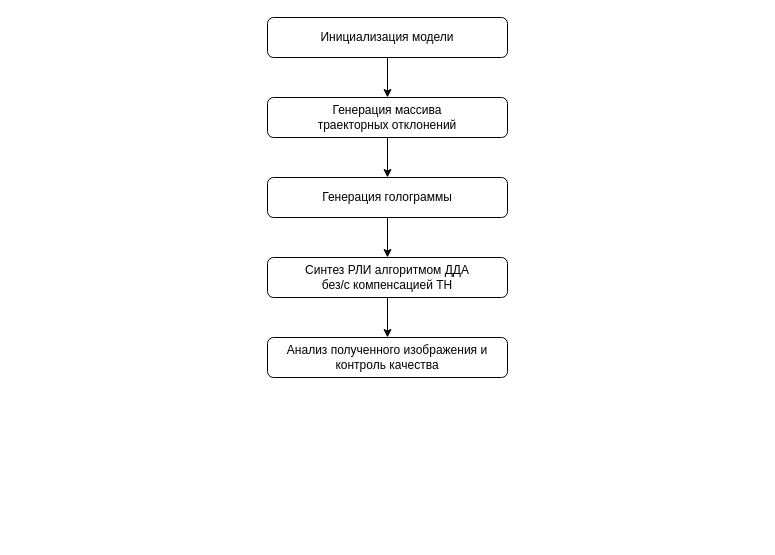
This is images/Point_target_model.drawio from A1rsenij/sar-model, a draw.io file, before an edit. Source tidied: cells renumbered, new cells numbered last; positions are measured from the earlier drawing's top-left corner, leaving out a move shared by most shapes. Both pictures are drawn from the tidied source at 100%, with x=0, y=0 at pixel (267, 17).
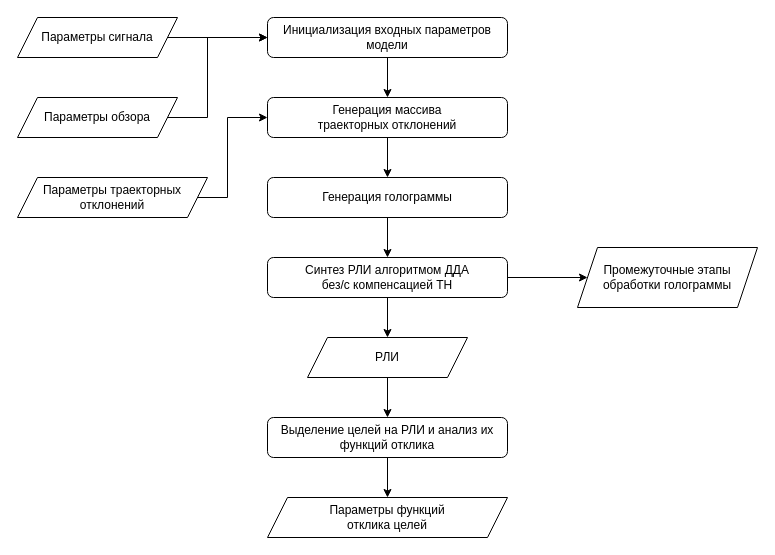
Above is the later version.

Unchanged cells that the change refers to:
```xml
<mxCell id="5" value="Генерация массива&lt;div&gt;траекторных отклонений&lt;/div&gt;" style="whiteSpace=wrap;html=1;rounded=1;fontFamily=JetBrains Mono;fontSize=12;" parent="1" vertex="1">
  <mxGeometry y="80" width="240" height="40" as="geometry" />
</mxCell>
<mxCell id="9" value="Синтез РЛИ &lt;span style=&quot;background-color: transparent; color: light-dark(rgb(0, 0, 0), rgb(255, 255, 255));&quot;&gt;алгоритмом ДДА&lt;/span&gt;&lt;div&gt;&lt;span style=&quot;background-color: transparent; color: light-dark(rgb(0, 0, 0), rgb(255, 255, 255));&quot;&gt;без/с компенсацией ТН&lt;/span&gt;&lt;/div&gt;" style="whiteSpace=wrap;html=1;rounded=1;fontFamily=JetBrains Mono;fontSize=12;" parent="1" vertex="1">
  <mxGeometry y="240" width="240" height="40" as="geometry" />
</mxCell>
```

The edit, as a diff of the source:
```diff
@@
-    <mxCell id="3" value="Инициализация модели" style="rounded=1;whiteSpace=wrap;html=1;fontFamily=JetBrains Mono;fontSize=12;" parent="1" vertex="1">
+    <mxCell id="3" value="Инициализация входных параметров модели" style="rounded=1;whiteSpace=wrap;html=1;fontFamily=JetBrains Mono;fontSize=12;" parent="1" vertex="1">
       <mxGeometry width="240" height="40" as="geometry" />
     </mxCell>
@@
-    <mxCell id="8" style="edgeStyle=orthogonalEdgeStyle;rounded=0;jettySize=auto;html=1;exitX=0.5;exitY=1;exitDx=0;exitDy=0;entryX=0.5;entryY=0;entryDx=0;entryDy=0;fontFamily=JetBrains Mono;fontSize=12;" parent="1" edge="1" source="9" target="10">
-      <mxGeometry relative="1" as="geometry" />
-    </mxCell>
+    <mxCell id="11" style="edgeStyle=orthogonalEdgeStyle;rounded=0;jettySize=auto;html=1;exitX=1;exitY=0.5;exitDx=0;exitDy=0;entryX=0;entryY=0.5;entryDx=0;entryDy=0;fontFamily=JetBrains Mono;fontSize=12;" parent="1" edge="1" source="9" target="20">
+      <mxGeometry relative="1" as="geometry" />
+    </mxCell>
+    <mxCell id="12" style="edgeStyle=orthogonalEdgeStyle;rounded=0;jettySize=auto;html=1;exitX=0.5;exitY=1;exitDx=0;exitDy=0;entryX=0.5;entryY=0;entryDx=0;entryDy=0;fontFamily=JetBrains Mono;fontSize=12;" parent="1" edge="1" source="9" target="23">
+      <mxGeometry relative="1" as="geometry" />
+    </mxCell>
@@
+    <mxCell id="13" style="edgeStyle=orthogonalEdgeStyle;rounded=0;jettySize=auto;html=1;exitX=0.5;exitY=1;exitDx=0;exitDy=0;entryX=0.5;entryY=0;entryDx=0;entryDy=0;fontFamily=JetBrains Mono;fontSize=12;" parent="1" edge="1" source="10" target="21">
+      <mxGeometry relative="1" as="geometry" />
+    </mxCell>
-    <mxCell id="10" value="Анализ полученного изображения и контроль качества" style="whiteSpace=wrap;html=1;rounded=1;fontFamily=JetBrains Mono;fontSize=12;" parent="1" vertex="1">
-      <mxGeometry y="320" width="240" height="40" as="geometry" />
+    <mxCell id="10" value="Выделение целей на РЛИ и анализ их функций отклика" style="whiteSpace=wrap;html=1;rounded=1;fontFamily=JetBrains Mono;fontSize=12;" parent="1" vertex="1">
+      <mxGeometry y="400" width="240" height="40" as="geometry" />
     </mxCell>
+    <mxCell id="14" style="edgeStyle=orthogonalEdgeStyle;rounded=0;jettySize=auto;html=1;exitX=1;exitY=0.5;exitDx=0;exitDy=0;entryX=0;entryY=0.5;entryDx=0;entryDy=0;fontFamily=JetBrains Mono;fontSize=12;" parent="1" edge="1" source="15" target="3">
+      <mxGeometry relative="1" as="geometry" />
+    </mxCell>
+    <mxCell id="15" value="Параметры сигнала" style="shape=parallelogram;perimeter=parallelogramPerimeter;whiteSpace=wrap;html=1;fixedSize=1;fontFamily=JetBrains Mono;fontSize=12;" parent="1" vertex="1">
+      <mxGeometry x="-250" width="160" height="40" as="geometry" />
+    </mxCell>
+    <mxCell id="16" style="edgeStyle=orthogonalEdgeStyle;rounded=0;jettySize=auto;html=1;exitX=1;exitY=0.5;exitDx=0;exitDy=0;entryX=0;entryY=0.5;entryDx=0;entryDy=0;fontFamily=JetBrains Mono;fontSize=12;" parent="1" edge="1" source="17" target="3">
+      <mxGeometry relative="1" as="geometry">
+        <Array as="points">
+          <mxPoint x="-60" y="100" />
+          <mxPoint x="-60" y="20" />
+        </Array>
+      </mxGeometry>
+    </mxCell>
+    <mxCell id="17" value="Параметры обзора" style="shape=parallelogram;perimeter=parallelogramPerimeter;whiteSpace=wrap;html=1;fixedSize=1;fontFamily=JetBrains Mono;fontSize=12;" parent="1" vertex="1">
+      <mxGeometry x="-250" y="80" width="160" height="40" as="geometry" />
+    </mxCell>
+    <mxCell id="18" style="edgeStyle=orthogonalEdgeStyle;rounded=0;jettySize=auto;html=1;exitX=1;exitY=0.5;exitDx=0;exitDy=0;entryX=0;entryY=0.5;entryDx=0;entryDy=0;fontFamily=JetBrains Mono;fontSize=12;" parent="1" edge="1" source="19" target="5">
+      <mxGeometry relative="1" as="geometry">
+        <Array as="points">
+          <mxPoint x="-40" y="180" />
+          <mxPoint x="-40" y="100" />
+        </Array>
+      </mxGeometry>
+    </mxCell>
+    <mxCell id="19" value="Параметры траекторных отклонений" style="shape=parallelogram;perimeter=parallelogramPerimeter;whiteSpace=wrap;html=1;fixedSize=1;fontFamily=JetBrains Mono;fontSize=12;" parent="1" vertex="1">
+      <mxGeometry x="-250" y="160" width="190" height="40" as="geometry" />
+    </mxCell>
+    <mxCell id="20" value="Промежуточные этапы обработки голограммы" style="shape=parallelogram;perimeter=parallelogramPerimeter;whiteSpace=wrap;html=1;fixedSize=1;fontFamily=JetBrains Mono;fontSize=12;" parent="1" vertex="1">
+      <mxGeometry x="310" y="230" width="180" height="60" as="geometry" />
+    </mxCell>
+    <mxCell id="21" value="Параметры функций&lt;div&gt;отклика целей&lt;/div&gt;" style="shape=parallelogram;perimeter=parallelogramPerimeter;whiteSpace=wrap;html=1;fixedSize=1;fontFamily=JetBrains Mono;fontSize=12;" parent="1" vertex="1">
+      <mxGeometry y="480" width="240" height="40" as="geometry" />
+    </mxCell>
+    <mxCell id="22" style="edgeStyle=orthogonalEdgeStyle;rounded=0;jettySize=auto;html=1;exitX=0.5;exitY=1;exitDx=0;exitDy=0;entryX=0.5;entryY=0;entryDx=0;entryDy=0;fontFamily=JetBrains Mono;fontSize=12;" parent="1" edge="1" source="23" target="10">
+      <mxGeometry relative="1" as="geometry" />
+    </mxCell>
+    <mxCell id="23" value="РЛИ" style="shape=parallelogram;perimeter=parallelogramPerimeter;whiteSpace=wrap;html=1;fixedSize=1;fontFamily=JetBrains Mono;fontSize=12;" parent="1" vertex="1">
+      <mxGeometry x="40" y="320" width="160" height="40" as="geometry" />
+    </mxCell>
```
